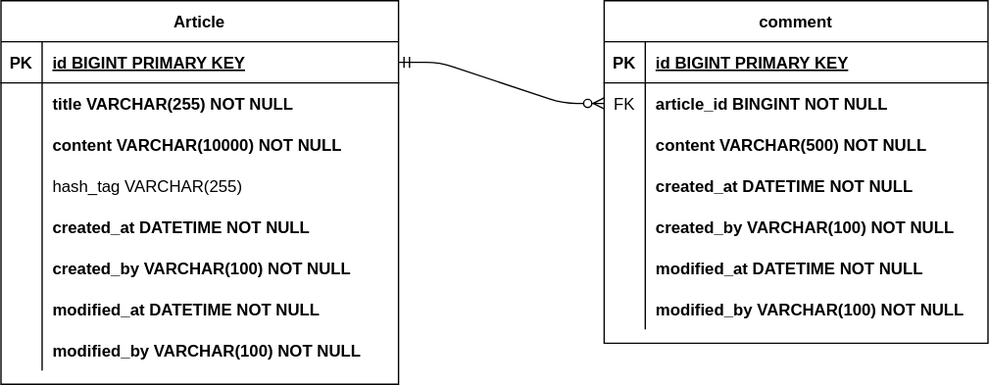
Above: document/project-board-erd.svg in Reddyong/fc8-project-board (draw.io), before the change. Source tidied: cells renumbered, new cells last; positions are measured from the earlier drawing's top-left corner, leaving out a move shared by most shapes.
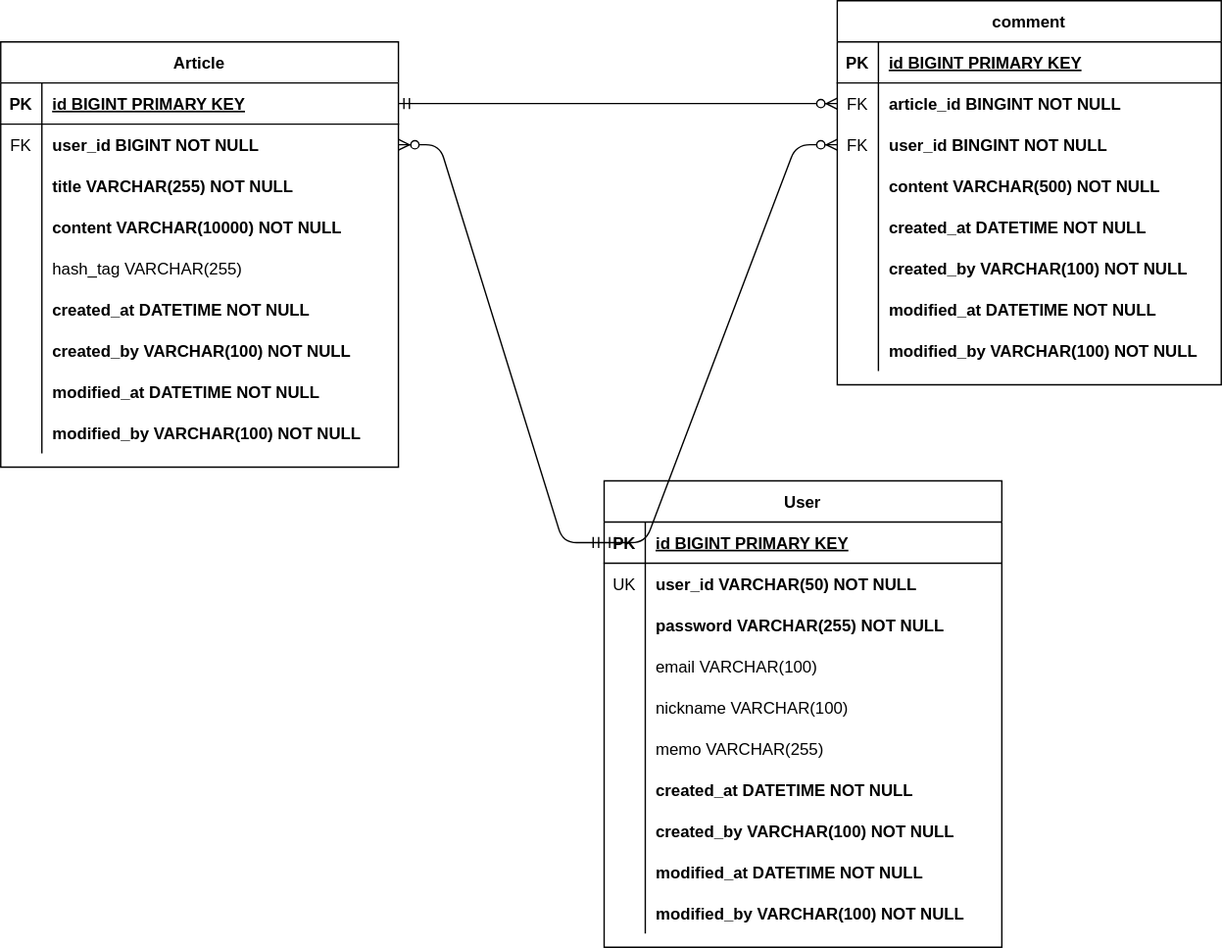
The same file after the commit.

Commit message:
#17 - user domain 포함한 erd로 수정

What changed in the source:
```diff
@@ -6,7 +6,7 @@
       <mxGeometry relative="1" as="geometry" />
     </mxCell>
     <mxCell id="3" value="comment" style="shape=table;startSize=30;rowLines=0;fontStyle=1;align=center;" parent="1" vertex="1">
-      <mxGeometry x="440" width="280" height="250" as="geometry" />
+      <mxGeometry x="610" y="-30" width="280" height="280" as="geometry" />
     </mxCell>
     <mxCell id="4" style="shape=partialRectangle;fillColor=none;top=0;left=0;right=0;bottom=1;" parent="3" vertex="1">
       <mxGeometry y="30" width="280" height="30" as="geometry" />
@@ -26,8 +26,17 @@
     <mxCell id="9" value="article_id BINGINT NOT NULL" style="shape=partialRectangle;overflow=hidden;fillColor=none;top=0;left=0;bottom=0;right=0;align=left;spacingLeft=6;fontStyle=1;" parent="7" vertex="1">
       <mxGeometry x="30" width="250" height="30" as="geometry" />
     </mxCell>
+    <mxCell id="50" style="shape=partialRectangle;fillColor=none;points=[[0,0.5],[1,0.5]];portConstraint=eastwest;top=0;left=0;right=0;bottom=0;" parent="3" vertex="1">
+      <mxGeometry y="90" width="280" height="30" as="geometry" />
+    </mxCell>
+    <mxCell id="51" value="FK" style="shape=partialRectangle;overflow=hidden;fillColor=none;top=0;left=0;bottom=0;right=0;" parent="50" vertex="1">
+      <mxGeometry width="30" height="30" as="geometry" />
+    </mxCell>
+    <mxCell id="52" value="user_id BINGINT NOT NULL" style="shape=partialRectangle;overflow=hidden;fillColor=none;top=0;left=0;bottom=0;right=0;align=left;spacingLeft=6;fontStyle=1;" parent="50" vertex="1">
+      <mxGeometry x="30" width="250" height="30" as="geometry" />
+    </mxCell>
     <mxCell id="10" style="shape=partialRectangle;fillColor=none;top=0;left=0;right=0;bottom=0;" parent="3" vertex="1">
-      <mxGeometry y="90" width="280" height="30" as="geometry" />
+      <mxGeometry y="120" width="280" height="30" as="geometry" />
     </mxCell>
     <mxCell id="11" style="shape=partialRectangle;overflow=hidden;fillColor=none;top=0;left=0;bottom=0;right=0;" parent="10" vertex="1">
       <mxGeometry width="30" height="30" as="geometry" />
@@ -36,7 +45,7 @@
       <mxGeometry x="30" width="250" height="30" as="geometry" />
     </mxCell>
     <mxCell id="13" style="shape=partialRectangle;fillColor=none;top=0;left=0;right=0;bottom=0;" parent="3" vertex="1">
-      <mxGeometry y="120" width="280" height="30" as="geometry" />
+      <mxGeometry y="150" width="280" height="30" as="geometry" />
     </mxCell>
     <mxCell id="14" style="shape=partialRectangle;overflow=hidden;fillColor=none;top=0;left=0;bottom=0;right=0;" parent="13" vertex="1">
       <mxGeometry width="30" height="30" as="geometry" />
@@ -45,7 +54,7 @@
       <mxGeometry x="30" width="250" height="30" as="geometry" />
     </mxCell>
     <mxCell id="16" style="shape=partialRectangle;fillColor=none;top=0;left=0;right=0;bottom=0;" parent="3" vertex="1">
-      <mxGeometry y="150" width="280" height="30" as="geometry" />
+      <mxGeometry y="180" width="280" height="30" as="geometry" />
     </mxCell>
     <mxCell id="17" style="shape=partialRectangle;overflow=hidden;fillColor=none;top=0;left=0;bottom=0;right=0;" parent="16" vertex="1">
       <mxGeometry width="30" height="30" as="geometry" />
@@ -54,7 +63,7 @@
       <mxGeometry x="30" width="250" height="30" as="geometry" />
     </mxCell>
     <mxCell id="19" style="shape=partialRectangle;fillColor=none;top=0;left=0;right=0;bottom=0;" parent="3" vertex="1">
-      <mxGeometry y="180" width="280" height="30" as="geometry" />
+      <mxGeometry y="210" width="280" height="30" as="geometry" />
     </mxCell>
     <mxCell id="20" style="shape=partialRectangle;overflow=hidden;fillColor=none;top=0;left=0;bottom=0;right=0;" parent="19" vertex="1">
       <mxGeometry width="30" height="30" as="geometry" />
@@ -63,7 +72,7 @@
       <mxGeometry x="30" width="250" height="30" as="geometry" />
     </mxCell>
     <mxCell id="22" style="shape=partialRectangle;fillColor=none;top=0;left=0;right=0;bottom=0;" parent="3" vertex="1">
-      <mxGeometry y="210" width="280" height="30" as="geometry" />
+      <mxGeometry y="240" width="280" height="30" as="geometry" />
     </mxCell>
     <mxCell id="23" style="shape=partialRectangle;overflow=hidden;fillColor=none;top=0;left=0;bottom=0;right=0;" parent="22" vertex="1">
       <mxGeometry width="30" height="30" as="geometry" />
@@ -72,7 +81,7 @@
       <mxGeometry x="30" width="250" height="30" as="geometry" />
     </mxCell>
     <mxCell id="25" value="Article" style="shape=table;startSize=30;rowLines=0;fontStyle=1;align=center;" parent="1" vertex="1">
-      <mxGeometry width="290" height="280" as="geometry" />
+      <mxGeometry width="290" height="310" as="geometry" />
     </mxCell>
     <mxCell id="26" style="shape=partialRectangle;fillColor=none;points=[[0,0.5],[1,0.5]];portConstraint=eastwest;top=0;left=0;right=0;bottom=1;" parent="25" vertex="1">
       <mxGeometry y="30" width="290" height="30" as="geometry" />
@@ -86,14 +95,23 @@
     <mxCell id="29" style="shape=partialRectangle;fillColor=none;points=[[0,0.5],[1,0.5]];portConstraint=eastwest;top=0;left=0;right=0;bottom=0;" parent="25" vertex="1">
       <mxGeometry y="60" width="290" height="30" as="geometry" />
     </mxCell>
-    <mxCell id="30" style="shape=partialRectangle;overflow=hidden;fillColor=none;top=0;left=0;bottom=0;right=0;" parent="29" vertex="1">
+    <mxCell id="30" value="FK" style="shape=partialRectangle;overflow=hidden;fillColor=none;top=0;left=0;bottom=0;right=0;" parent="29" vertex="1">
       <mxGeometry width="30" height="30" as="geometry" />
     </mxCell>
-    <mxCell id="31" value="title VARCHAR(255) NOT NULL" style="shape=partialRectangle;overflow=hidden;fillColor=none;top=0;left=0;bottom=0;right=0;align=left;spacingLeft=6;fontStyle=1;" parent="29" vertex="1">
+    <mxCell id="31" value="user_id BIGINT NOT NULL" style="shape=partialRectangle;overflow=hidden;fillColor=none;top=0;left=0;bottom=0;right=0;align=left;spacingLeft=6;fontStyle=1;" parent="29" vertex="1">
       <mxGeometry x="30" width="260" height="30" as="geometry" />
     </mxCell>
+    <mxCell id="53" style="shape=partialRectangle;fillColor=none;top=0;left=0;right=0;bottom=0;" parent="25" vertex="1">
+      <mxGeometry y="90" width="290" height="30" as="geometry" />
+    </mxCell>
+    <mxCell id="54" style="shape=partialRectangle;overflow=hidden;fillColor=none;top=0;left=0;bottom=0;right=0;" parent="53" vertex="1">
+      <mxGeometry width="30" height="30" as="geometry" />
+    </mxCell>
+    <mxCell id="55" value="title VARCHAR(255) NOT NULL" style="shape=partialRectangle;overflow=hidden;fillColor=none;top=0;left=0;bottom=0;right=0;align=left;spacingLeft=6;fontStyle=1;" parent="53" vertex="1">
+      <mxGeometry x="30" width="260" height="30" as="geometry" />
+    </mxCell>
     <mxCell id="32" style="shape=partialRectangle;fillColor=none;top=0;left=0;right=0;bottom=0;" parent="25" vertex="1">
-      <mxGeometry y="90" width="290" height="30" as="geometry" />
+      <mxGeometry y="120" width="290" height="30" as="geometry" />
     </mxCell>
     <mxCell id="33" style="shape=partialRectangle;overflow=hidden;fillColor=none;top=0;left=0;bottom=0;right=0;" parent="32" vertex="1">
       <mxGeometry width="30" height="30" as="geometry" />
@@ -102,7 +120,7 @@
       <mxGeometry x="30" width="260" height="30" as="geometry" />
     </mxCell>
     <mxCell id="35" style="shape=partialRectangle;fillColor=none;top=0;left=0;right=0;bottom=0;" parent="25" vertex="1">
-      <mxGeometry y="120" width="290" height="30" as="geometry" />
+      <mxGeometry y="150" width="290" height="30" as="geometry" />
     </mxCell>
     <mxCell id="36" style="shape=partialRectangle;overflow=hidden;fillColor=none;top=0;left=0;bottom=0;right=0;" parent="35" vertex="1">
       <mxGeometry width="30" height="30" as="geometry" />
@@ -111,7 +129,7 @@
       <mxGeometry x="30" width="260" height="30" as="geometry" />
     </mxCell>
     <mxCell id="38" style="shape=partialRectangle;fillColor=none;top=0;left=0;right=0;bottom=0;" parent="25" vertex="1">
-      <mxGeometry y="150" width="290" height="30" as="geometry" />
+      <mxGeometry y="180" width="290" height="30" as="geometry" />
     </mxCell>
     <mxCell id="39" style="shape=partialRectangle;overflow=hidden;fillColor=none;top=0;left=0;bottom=0;right=0;" parent="38" vertex="1">
       <mxGeometry width="30" height="30" as="geometry" />
@@ -120,7 +138,7 @@
       <mxGeometry x="30" width="260" height="30" as="geometry" />
     </mxCell>
     <mxCell id="41" style="shape=partialRectangle;fillColor=none;top=0;left=0;right=0;bottom=0;" parent="25" vertex="1">
-      <mxGeometry y="180" width="290" height="30" as="geometry" />
+      <mxGeometry y="210" width="290" height="30" as="geometry" />
     </mxCell>
     <mxCell id="42" style="shape=partialRectangle;overflow=hidden;fillColor=none;top=0;left=0;bottom=0;right=0;" parent="41" vertex="1">
       <mxGeometry width="30" height="30" as="geometry" />
@@ -129,7 +147,7 @@
       <mxGeometry x="30" width="260" height="30" as="geometry" />
     </mxCell>
     <mxCell id="44" style="shape=partialRectangle;fillColor=none;top=0;left=0;right=0;bottom=0;" parent="25" vertex="1">
-      <mxGeometry y="210" width="290" height="30" as="geometry" />
+      <mxGeometry y="240" width="290" height="30" as="geometry" />
     </mxCell>
     <mxCell id="45" style="shape=partialRectangle;overflow=hidden;fillColor=none;top=0;left=0;bottom=0;right=0;" parent="44" vertex="1">
       <mxGeometry width="30" height="30" as="geometry" />
@@ -138,7 +156,7 @@
       <mxGeometry x="30" width="260" height="30" as="geometry" />
     </mxCell>
     <mxCell id="47" style="shape=partialRectangle;fillColor=none;top=0;left=0;right=0;bottom=0;" parent="25" vertex="1">
-      <mxGeometry y="240" width="290" height="30" as="geometry" />
+      <mxGeometry y="270" width="290" height="30" as="geometry" />
     </mxCell>
     <mxCell id="48" style="shape=partialRectangle;overflow=hidden;fillColor=none;top=0;left=0;bottom=0;right=0;" parent="47" vertex="1">
       <mxGeometry width="30" height="30" as="geometry" />
@@ -146,5 +164,124 @@
     <mxCell id="49" value="modified_by VARCHAR(100) NOT NULL" style="shape=partialRectangle;overflow=hidden;fillColor=none;top=0;left=0;bottom=0;right=0;align=left;spacingLeft=6;fontStyle=1;" parent="47" vertex="1">
       <mxGeometry x="30" width="260" height="30" as="geometry" />
     </mxCell>
+    <mxCell id="56" value="User" style="shape=table;startSize=30;rowLines=0;fontStyle=1;align=center;" parent="1" vertex="1">
+      <mxGeometry x="440" y="320" width="290" height="340" as="geometry" />
+    </mxCell>
+    <mxCell id="57" style="shape=partialRectangle;fillColor=none;points=[[0,0.5],[1,0.5]];portConstraint=eastwest;top=0;left=0;right=0;bottom=1;" parent="56" vertex="1">
+      <mxGeometry y="30" width="290" height="30" as="geometry" />
+    </mxCell>
+    <mxCell id="58" value="PK" style="shape=partialRectangle;overflow=hidden;fillColor=none;top=0;left=0;bottom=0;right=0;fontStyle=1;" parent="57" vertex="1">
+      <mxGeometry width="30" height="30" as="geometry" />
+    </mxCell>
+    <mxCell id="59" value="id BIGINT PRIMARY KEY" style="shape=partialRectangle;overflow=hidden;fillColor=none;top=0;left=0;bottom=0;right=0;align=left;spacingLeft=6;fontStyle=5;" parent="57" vertex="1">
+      <mxGeometry x="30" width="260" height="30" as="geometry" />
+    </mxCell>
+    <mxCell id="60" style="shape=partialRectangle;fillColor=none;top=0;left=0;right=0;bottom=0;" parent="56" vertex="1">
+      <mxGeometry y="60" width="290" height="30" as="geometry" />
+    </mxCell>
+    <mxCell id="61" value="UK" style="shape=partialRectangle;overflow=hidden;fillColor=none;top=0;left=0;bottom=0;right=0;" parent="60" vertex="1">
+      <mxGeometry width="30" height="30" as="geometry" />
+    </mxCell>
+    <mxCell id="62" value="user_id VARCHAR(50) NOT NULL" style="shape=partialRectangle;overflow=hidden;fillColor=none;top=0;left=0;bottom=0;right=0;align=left;spacingLeft=6;fontStyle=1;" parent="60" vertex="1">
+      <mxGeometry x="30" width="260" height="30" as="geometry" />
+    </mxCell>
+    <mxCell id="63" style="shape=partialRectangle;fillColor=none;top=0;left=0;right=0;bottom=0;" parent="56" vertex="1">
+      <mxGeometry y="90" width="290" height="30" as="geometry" />
+    </mxCell>
+    <mxCell id="64" style="shape=partialRectangle;overflow=hidden;fillColor=none;top=0;left=0;bottom=0;right=0;" parent="63" vertex="1">
+      <mxGeometry width="30" height="30" as="geometry" />
+    </mxCell>
+    <mxCell id="65" value="password VARCHAR(255) NOT NULL" style="shape=partialRectangle;overflow=hidden;fillColor=none;top=0;left=0;bottom=0;right=0;align=left;spacingLeft=6;fontStyle=1;" parent="63" vertex="1">
+      <mxGeometry x="30" width="260" height="30" as="geometry" />
+    </mxCell>
+    <mxCell id="66" style="shape=partialRectangle;fillColor=none;top=0;left=0;right=0;bottom=0;" parent="56" vertex="1">
+      <mxGeometry y="120" width="290" height="30" as="geometry" />
+    </mxCell>
+    <mxCell id="67" style="shape=partialRectangle;overflow=hidden;fillColor=none;top=0;left=0;bottom=0;right=0;" parent="66" vertex="1">
+      <mxGeometry width="30" height="30" as="geometry" />
+    </mxCell>
+    <mxCell id="68" value="email VARCHAR(100)" style="shape=partialRectangle;overflow=hidden;fillColor=none;top=0;left=0;bottom=0;right=0;align=left;spacingLeft=6;" parent="66" vertex="1">
+      <mxGeometry x="30" width="260" height="30" as="geometry" />
+    </mxCell>
+    <mxCell id="69" style="shape=partialRectangle;fillColor=none;top=0;left=0;right=0;bottom=0;" parent="56" vertex="1">
+      <mxGeometry y="150" width="290" height="30" as="geometry" />
+    </mxCell>
+    <mxCell id="70" style="shape=partialRectangle;overflow=hidden;fillColor=none;top=0;left=0;bottom=0;right=0;" parent="69" vertex="1">
+      <mxGeometry width="30" height="30" as="geometry" />
+    </mxCell>
+    <mxCell id="71" value="nickname VARCHAR(100)" style="shape=partialRectangle;overflow=hidden;fillColor=none;top=0;left=0;bottom=0;right=0;align=left;spacingLeft=6;" parent="69" vertex="1">
+      <mxGeometry x="30" width="260" height="30" as="geometry" />
+    </mxCell>
+    <mxCell id="72" style="shape=partialRectangle;fillColor=none;top=0;left=0;right=0;bottom=0;" parent="56" vertex="1">
+      <mxGeometry y="180" width="290" height="30" as="geometry" />
+    </mxCell>
+    <mxCell id="73" style="shape=partialRectangle;overflow=hidden;fillColor=none;top=0;left=0;bottom=0;right=0;" parent="72" vertex="1">
+      <mxGeometry width="30" height="30" as="geometry" />
+    </mxCell>
+    <mxCell id="74" value="memo VARCHAR(255)" style="shape=partialRectangle;overflow=hidden;fillColor=none;top=0;left=0;bottom=0;right=0;align=left;spacingLeft=6;" parent="72" vertex="1">
+      <mxGeometry x="30" width="260" height="30" as="geometry" />
+    </mxCell>
+    <mxCell id="75" style="shape=partialRectangle;fillColor=none;top=0;left=0;right=0;bottom=0;" parent="56" vertex="1">
+      <mxGeometry y="210" width="290" height="30" as="geometry" />
+    </mxCell>
+    <mxCell id="76" style="shape=partialRectangle;overflow=hidden;fillColor=none;top=0;left=0;bottom=0;right=0;" parent="75" vertex="1">
+      <mxGeometry width="30" height="30" as="geometry" />
+    </mxCell>
+    <mxCell id="77" value="created_at DATETIME NOT NULL" style="shape=partialRectangle;overflow=hidden;fillColor=none;top=0;left=0;bottom=0;right=0;align=left;spacingLeft=6;fontStyle=1;" parent="75" vertex="1">
+      <mxGeometry x="30" width="260" height="30" as="geometry" />
+    </mxCell>
+    <mxCell id="78" style="shape=partialRectangle;fillColor=none;top=0;left=0;right=0;bottom=0;" parent="56" vertex="1">
+      <mxGeometry y="240" width="290" height="30" as="geometry" />
+    </mxCell>
+    <mxCell id="79" style="shape=partialRectangle;overflow=hidden;fillColor=none;top=0;left=0;bottom=0;right=0;" parent="78" vertex="1">
+      <mxGeometry width="30" height="30" as="geometry" />
+    </mxCell>
+    <mxCell id="80" value="created_by VARCHAR(100) NOT NULL" style="shape=partialRectangle;overflow=hidden;fillColor=none;top=0;left=0;bottom=0;right=0;align=left;spacingLeft=6;fontStyle=1;" parent="78" vertex="1">
+      <mxGeometry x="30" width="260" height="30" as="geometry" />
+    </mxCell>
+    <mxCell id="81" style="shape=partialRectangle;fillColor=none;top=0;left=0;right=0;bottom=0;" parent="56" vertex="1">
+      <mxGeometry y="270" width="290" height="30" as="geometry" />
+    </mxCell>
+    <mxCell id="82" style="shape=partialRectangle;overflow=hidden;fillColor=none;top=0;left=0;bottom=0;right=0;" parent="81" vertex="1">
+      <mxGeometry width="30" height="30" as="geometry" />
+    </mxCell>
+    <mxCell id="83" value="modified_at DATETIME NOT NULL" style="shape=partialRectangle;overflow=hidden;fillColor=none;top=0;left=0;bottom=0;right=0;align=left;spacingLeft=6;fontStyle=1;" parent="81" vertex="1">
+      <mxGeometry x="30" width="260" height="30" as="geometry" />
+    </mxCell>
+    <mxCell id="84" style="shape=partialRectangle;fillColor=none;top=0;left=0;right=0;bottom=0;" parent="56" vertex="1">
+      <mxGeometry y="300" width="290" height="30" as="geometry" />
+    </mxCell>
+    <mxCell id="85" style="shape=partialRectangle;overflow=hidden;fillColor=none;top=0;left=0;bottom=0;right=0;" parent="84" vertex="1">
+      <mxGeometry width="30" height="30" as="geometry" />
+    </mxCell>
+    <mxCell id="86" value="modified_by VARCHAR(100) NOT NULL" style="shape=partialRectangle;overflow=hidden;fillColor=none;top=0;left=0;bottom=0;right=0;align=left;spacingLeft=6;fontStyle=1;" parent="84" vertex="1">
+      <mxGeometry x="30" width="260" height="30" as="geometry" />
+    </mxCell>
+    <mxCell id="87" style="edgeStyle=entityRelationEdgeStyle;endArrow=ERzeroToMany;startArrow=ERmandOne;endFill=1;startFill=0;exitX=0;exitY=0.5;exitDx=0;exitDy=0;" parent="1" edge="1" source="57" target="29">
+      <mxGeometry relative="1" as="geometry">
+        <Array as="points">
+          <mxPoint x="340" y="170" />
+          <mxPoint x="350" y="280" />
+          <mxPoint x="320" y="160" />
+          <mxPoint x="320" y="260" />
+          <mxPoint x="260" y="170" />
+          <mxPoint x="260" y="180" />
+          <mxPoint x="360" y="250" />
+        </Array>
+      </mxGeometry>
+    </mxCell>
+    <mxCell id="88" style="edgeStyle=entityRelationEdgeStyle;endArrow=ERzeroToMany;startArrow=ERmandOne;endFill=1;startFill=0;exitX=0;exitY=0.5;exitDx=0;exitDy=0;entryX=0;entryY=0.5;entryDx=0;entryDy=0;" parent="1" edge="1" source="57" target="50">
+      <mxGeometry relative="1" as="geometry">
+        <Array as="points">
+          <mxPoint x="350" y="180" />
+          <mxPoint x="360" y="290" />
+          <mxPoint x="330" y="170" />
+          <mxPoint x="330" y="270" />
+          <mxPoint x="270" y="180" />
+          <mxPoint x="270" y="190" />
+          <mxPoint x="370" y="260" />
+        </Array>
+      </mxGeometry>
+    </mxCell>
   </root>
 </mxGraphModel>
```
